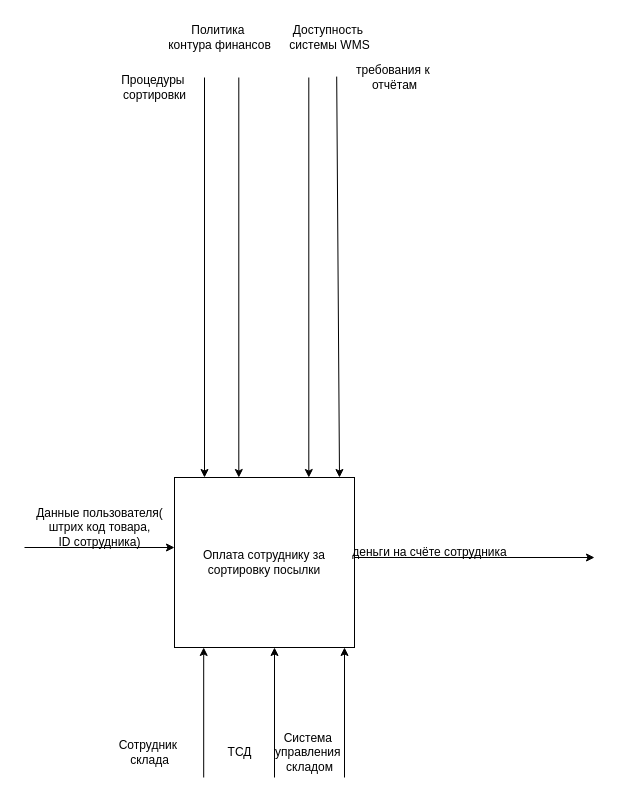
This is page "finance_A0" (6 of 8) of MiniToolStream_idef0.drawio from moroshma/MiniToolStream, a draw.io file, before an edit. Source tidied: cells renumbered, new cells numbered last; positions are measured from the earlier drawing's top-left corner, leaving out a move shared by most shapes. Both pictures are drawn from the tidied source at 100%, with x=0, y=0 at pixel (24, 17).
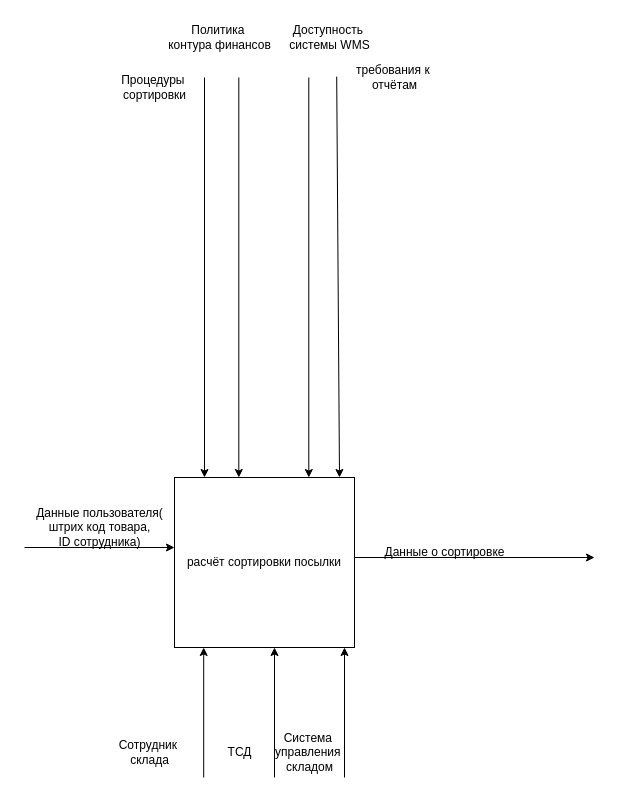
After the change.

What changed in the source:
```diff
@@
-    <mxCell id="2" value="Оплата сотруднику за сортировку посылки" style="html=1;whiteSpace=wrap;" parent="1" vertex="1">
+    <mxCell id="2" value="расчёт сортировки посылки" style="html=1;whiteSpace=wrap;" parent="1" vertex="1">
       <mxGeometry x="150" y="460" width="180" height="170" as="geometry" />
     </mxCell>
@@
-    <mxCell id="15" value="деньги на счёте сотрудника" style="text;html=1;align=center;verticalAlign=middle;strokeColor=none;fillColor=none;" parent="1" vertex="1">
-      <mxGeometry x="315" y="520" width="180" height="30" as="geometry" />
+    <mxCell id="15" value="Данные о сортировке" style="text;html=1;align=center;verticalAlign=middle;strokeColor=none;fillColor=none;" parent="1" vertex="1">
+      <mxGeometry x="345" y="520" width="150" height="30" as="geometry" />
     </mxCell>
```
